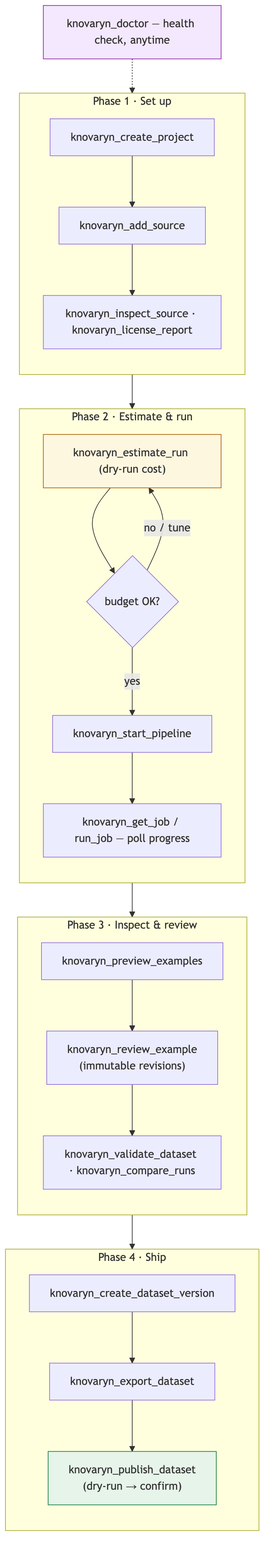
Before: docs/assets/mcp-session.png, a diagram exported from Mermaid (waalwalker1/knovaryn). Its source is kept beside it as docs/assets/diagrams/mcp-session.mmd. Its diagram source:
```mermaid
flowchart TD
    subgraph PHASE1["Phase 1 · Set up"]
        direction TB
        A["knovaryn_create_project"] --> B["knovaryn_add_source"]
        B --> C["knovaryn_inspect_source · knovaryn_license_report"]
    end

    subgraph PHASE2["Phase 2 · Estimate & run"]
        direction TB
        E["knovaryn_estimate_run (dry-run cost)"] --> F{"budget OK?"}
        F -- "yes" --> G["knovaryn_start_pipeline"]
        F -- "no / tune" --> E
        G --> H["knovaryn_get_job / run_job — poll progress"]
    end

    subgraph PHASE3["Phase 3 · Inspect & review"]
        direction TB
        I["knovaryn_preview_examples"] --> J["knovaryn_review_example<br/>(immutable revisions)"]
        J --> K["knovaryn_validate_dataset · knovaryn_compare_runs"]
    end

    subgraph PHASE4["Phase 4 · Ship"]
        direction TB
        L["knovaryn_create_dataset_version"] --> M["knovaryn_export_dataset"]
        M --> N["knovaryn_publish_dataset<br/>(dry-run → confirm)"]
    end

    P["knovaryn_doctor — health check, anytime"]

    PHASE1 --> PHASE2 --> PHASE3 --> PHASE4
    P -.-> PHASE1

    style E fill:#fef7e0,stroke:#b06000
    style N fill:#e6f4ea,stroke:#188038
    style P fill:#f3e8fd,stroke:#8e24aa
```
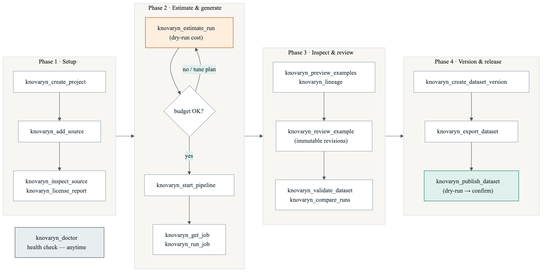
Later version of the same file.

Change to the diagram source:
```diff
@@ -1,35 +1,38 @@
-flowchart TD
-    subgraph PHASE1["Phase 1 · Set up"]
+%%{init: {"theme": "base", "themeVariables": {"primaryColor": "#ffffff", "primaryBorderColor": "#909ea6", "primaryTextColor": "#1c2b33", "lineColor": "#4c5b61", "secondaryColor": "#e0f0ec", "tertiaryColor": "#f1efe8", "clusterBkg": "#f7f6f2", "clusterBorder": "#d3dadd", "fontFamily": "-apple-system, BlinkMacSystemFont, Segoe UI, sans-serif", "fontSize": "15px"}, "flowchart": {"nodeSpacing": 30, "rankSpacing": 46}}}%%
+flowchart LR
+    subgraph PHASE1["Phase 1 · Setup"]
         direction TB
         A["knovaryn_create_project"] --> B["knovaryn_add_source"]
-        B --> C["knovaryn_inspect_source · knovaryn_license_report"]
+        B --> C["knovaryn_inspect_source<br/>knovaryn_license_report"]
     end
 
-    subgraph PHASE2["Phase 2 · Estimate & run"]
+    subgraph PHASE2["Phase 2 · Estimate &amp; generate"]
         direction TB
-        E["knovaryn_estimate_run (dry-run cost)"] --> F{"budget OK?"}
+        E["knovaryn_estimate_run<br/>(dry-run cost)"] --> F{"budget OK?"}
         F -- "yes" --> G["knovaryn_start_pipeline"]
-        F -- "no / tune" --> E
-        G --> H["knovaryn_get_job / run_job — poll progress"]
+        F -- "no / tune plan" --> E
+        G --> H["knovaryn_get_job<br/>knovaryn_run_job"]
     end
 
-    subgraph PHASE3["Phase 3 · Inspect & review"]
+    subgraph PHASE3["Phase 3 · Inspect &amp; review"]
         direction TB
-        I["knovaryn_preview_examples"] --> J["knovaryn_review_example<br/>(immutable revisions)"]
-        J --> K["knovaryn_validate_dataset · knovaryn_compare_runs"]
+        I["knovaryn_preview_examples<br/>knovaryn_lineage"] --> J["knovaryn_review_example<br/>(immutable revisions)"]
+        J --> K["knovaryn_validate_dataset<br/>knovaryn_compare_runs"]
     end
 
-    subgraph PHASE4["Phase 4 · Ship"]
+    subgraph PHASE4["Phase 4 · Version &amp; release"]
         direction TB
         L["knovaryn_create_dataset_version"] --> M["knovaryn_export_dataset"]
         M --> N["knovaryn_publish_dataset<br/>(dry-run → confirm)"]
     end
 
-    P["knovaryn_doctor — health check, anytime"]
+    P["knovaryn_doctor<br/>health check — anytime"]
 
     PHASE1 --> PHASE2 --> PHASE3 --> PHASE4
-    P -.-> PHASE1
 
-    style E fill:#fef7e0,stroke:#b06000
-    style N fill:#e6f4ea,stroke:#188038
-    style P fill:#f3e8fd,stroke:#8e24aa
+    classDef est fill:#fdeedd,stroke:#b45309,color:#1c2b33
+    classDef ship fill:#e0f0ec,stroke:#0e7c6b,color:#1c2b33
+    classDef health fill:#e8edf0,stroke:#404d55,color:#1c2b33
+    class E est
+    class N ship
+    class P health
```
